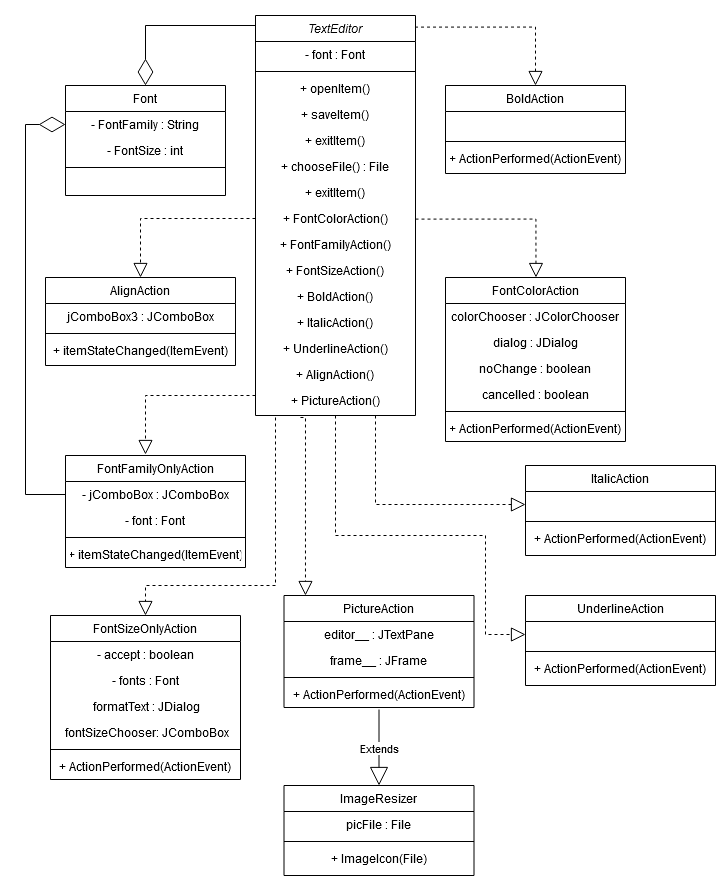
The draw.io diagram TextEditor UML.png in IloveJisoo69/OOP_Group5, before a commit. Source tidied: cells renumbered, new cells last; positions are measured from the earlier drawing's top-left corner, leaving out a move shared by most shapes.
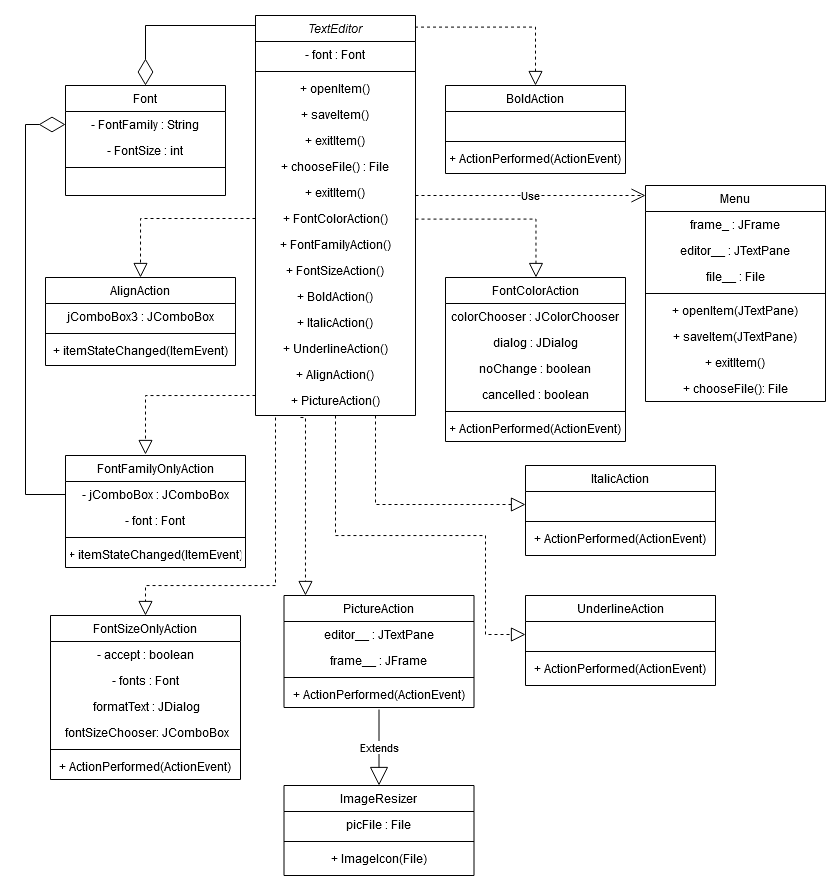
The same file after the commit.

The edit, as a diff of the source:
```diff
@@ -26,6 +26,12 @@
     <mxCell id="9" value="+ exitItem()" style="text;align=center;verticalAlign=top;spacingLeft=4;spacingRight=4;overflow=hidden;" parent="2" vertex="1">
       <mxGeometry y="164" width="160" height="26" as="geometry" />
     </mxCell>
+    <mxCell id="77" value="Use" style="endArrow=open;endSize=12;dashed=1;html=1;" parent="2" edge="1">
+      <mxGeometry relative="1" as="geometry">
+        <mxPoint x="160" y="180" as="sourcePoint" />
+        <mxPoint x="390" y="180" as="targetPoint" />
+      </mxGeometry>
+    </mxCell>
     <mxCell id="10" value="+ FontColorAction()" style="text;align=center;verticalAlign=top;spacingLeft=4;spacingRight=4;overflow=hidden;points=[[0,0.5],[1,0.5]];portConstraint=eastwest;" parent="2" vertex="1">
       <mxGeometry y="190" width="160" height="26" as="geometry" />
     </mxCell>
@@ -269,5 +275,32 @@
         </Array>
       </mxGeometry>
     </mxCell>
+    <mxCell id="78" value="Menu" style="swimlane;fontStyle=0;align=center;verticalAlign=top;horizontal=1;startSize=26;rounded=0;shadow=0;strokeWidth=1;" parent="1" vertex="1">
+      <mxGeometry x="670" y="170" width="180" height="216" as="geometry" />
+    </mxCell>
+    <mxCell id="79" value="frame_ : JFrame" style="text;align=center;verticalAlign=top;spacingLeft=4;spacingRight=4;overflow=hidden;" parent="78" vertex="1">
+      <mxGeometry y="26" width="180" height="26" as="geometry" />
+    </mxCell>
+    <mxCell id="80" value="editor__ : JTextPane" style="text;align=center;verticalAlign=top;spacingLeft=4;spacingRight=4;overflow=hidden;" parent="78" vertex="1">
+      <mxGeometry y="52" width="180" height="26" as="geometry" />
+    </mxCell>
+    <mxCell id="81" value="file__ : File" style="text;align=center;verticalAlign=top;spacingLeft=4;spacingRight=4;overflow=hidden;" parent="78" vertex="1">
+      <mxGeometry y="78" width="180" height="26" as="geometry" />
+    </mxCell>
+    <mxCell id="82" style="line;html=1;strokeWidth=1;align=left;verticalAlign=middle;spacingTop=-1;spacingLeft=3;spacingRight=3;labelPosition=right;" parent="78" vertex="1">
+      <mxGeometry y="104" width="180" height="8" as="geometry" />
+    </mxCell>
+    <mxCell id="83" value="+ openItem(JTextPane) " style="text;align=center;verticalAlign=top;spacingLeft=4;spacingRight=4;overflow=hidden;" parent="78" vertex="1">
+      <mxGeometry y="112" width="180" height="26" as="geometry" />
+    </mxCell>
+    <mxCell id="84" value="+ saveItem(JTextPane) " style="text;align=center;verticalAlign=top;spacingLeft=4;spacingRight=4;overflow=hidden;" parent="78" vertex="1">
+      <mxGeometry y="138" width="180" height="26" as="geometry" />
+    </mxCell>
+    <mxCell id="85" value="+ exitItem() " style="text;align=center;verticalAlign=top;spacingLeft=4;spacingRight=4;overflow=hidden;" parent="78" vertex="1">
+      <mxGeometry y="164" width="180" height="26" as="geometry" />
+    </mxCell>
+    <mxCell id="86" value="+ chooseFile(): File" style="text;align=center;verticalAlign=top;spacingLeft=4;spacingRight=4;overflow=hidden;" parent="78" vertex="1">
+      <mxGeometry y="190" width="180" height="26" as="geometry" />
+    </mxCell>
   </root>
 </mxGraphModel>
```
